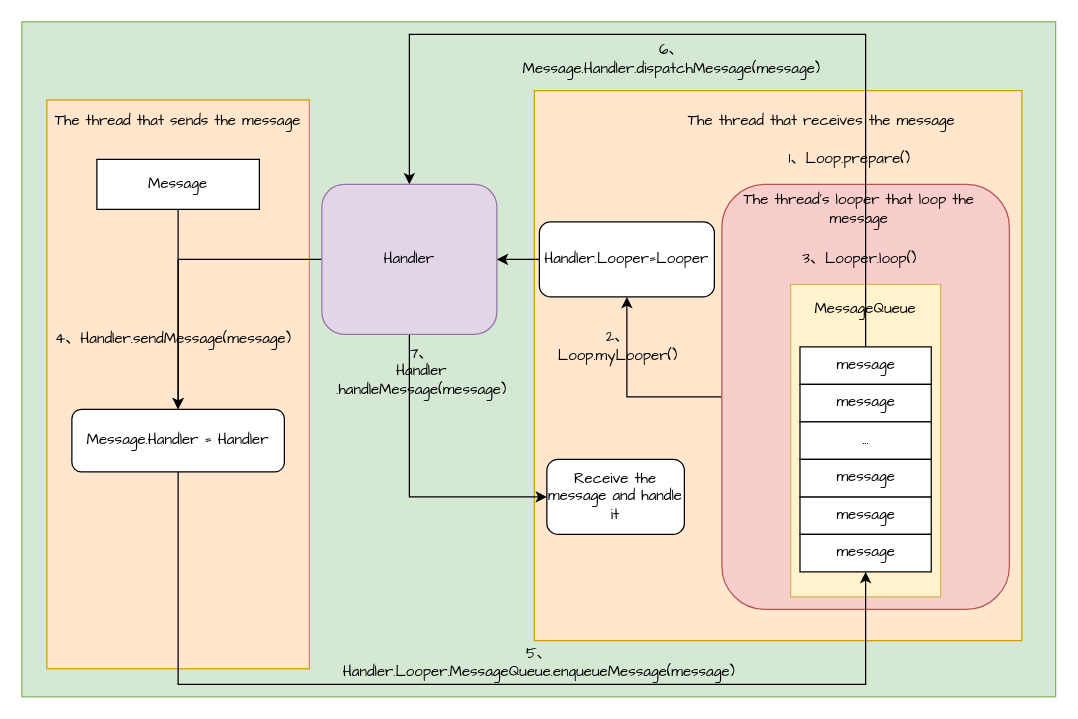
Above: Android/Handler.drawio in chaozhouzhang/learning-summary (draw.io), before the change. Source tidied: cells renumbered, new cells numbered last; positions are measured from the earlier drawing's top-left corner, leaving out a move shared by most shapes. Both pictures are drawn from the tidied source at 125%, with x=0, y=0 at pixel (21, 21).
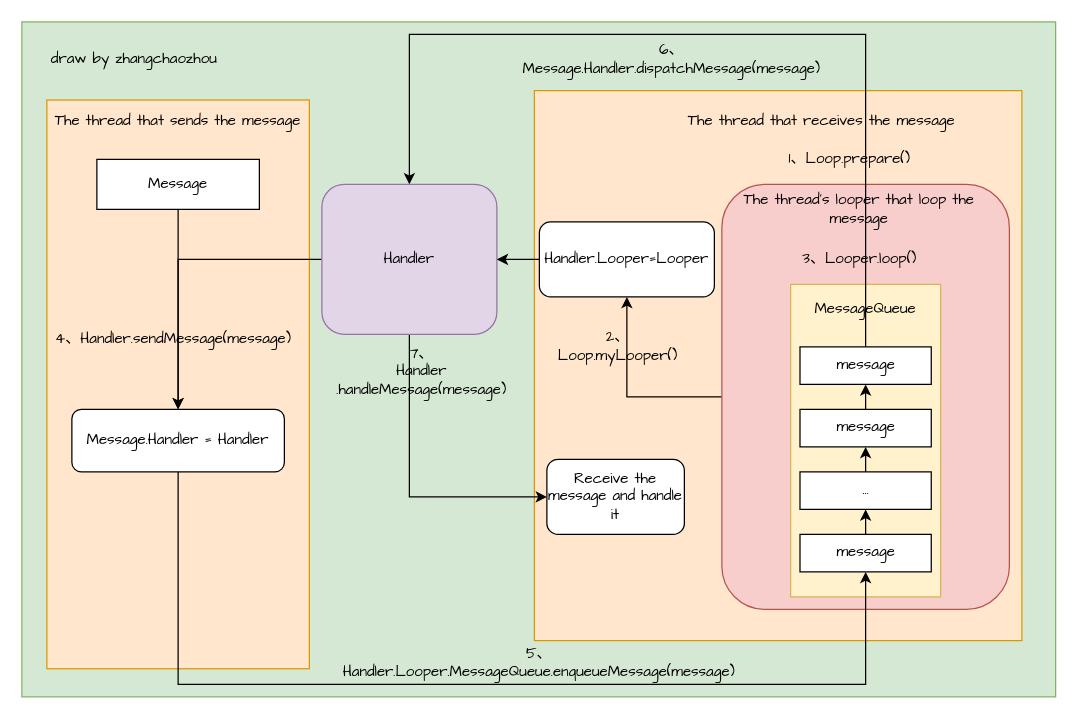
The same diagram, later.

Unchanged cells that the change refers to:
```xml
<mxCell id="19" value="message" style="rounded=0;whiteSpace=wrap;html=1;fontFamily=Comic Sans MS;" parent="1" vertex="1">
  <mxGeometry x="622.5" y="260" width="105" height="30" as="geometry" />
</mxCell>
<mxCell id="24" value="message" style="rounded=0;whiteSpace=wrap;html=1;fontFamily=Comic Sans MS;" parent="1" vertex="1">
  <mxGeometry x="622.5" y="410" width="105" height="30" as="geometry" />
</mxCell>
```

Change to the diagram source:
```diff
@@
-    <mxCell id="20" value="message" style="rounded=0;whiteSpace=wrap;html=1;fontFamily=Comic Sans MS;" parent="1" vertex="1">
-      <mxGeometry x="622.5" y="380" width="105" height="30" as="geometry" />
-    </mxCell>
-    <mxCell id="21" value="message" style="rounded=0;whiteSpace=wrap;html=1;fontFamily=Comic Sans MS;" parent="1" vertex="1">
-      <mxGeometry x="622.5" y="290" width="105" height="30" as="geometry" />
-    </mxCell>
+    <mxCell id="37" style="edgeStyle=orthogonalEdgeStyle;rounded=0;jettySize=auto;html=1;exitX=0.5;exitY=0;exitDx=0;exitDy=0;entryX=0.5;entryY=1;entryDx=0;entryDy=0;fontFamily=Comic Sans MS;" parent="1" edge="1" source="22" target="19">
+      <mxGeometry relative="1" as="geometry" />
+    </mxCell>
-    <mxCell id="22" value="..." style="rounded=0;whiteSpace=wrap;html=1;fontFamily=Comic Sans MS;" parent="1" vertex="1">
-      <mxGeometry x="622.5" y="320" width="105" height="30" as="geometry" />
+    <mxCell id="22" value="message" style="rounded=0;whiteSpace=wrap;html=1;fontFamily=Comic Sans MS;" parent="1" vertex="1">
+      <mxGeometry x="622.5" y="310" width="105" height="30" as="geometry" />
     </mxCell>
+    <mxCell id="38" style="edgeStyle=orthogonalEdgeStyle;rounded=0;jettySize=auto;html=1;exitX=0.5;exitY=0;exitDx=0;exitDy=0;entryX=0.5;entryY=1;entryDx=0;entryDy=0;fontFamily=Comic Sans MS;" parent="1" edge="1" source="23" target="22">
+      <mxGeometry relative="1" as="geometry" />
+    </mxCell>
-    <mxCell id="23" value="message" style="rounded=0;whiteSpace=wrap;html=1;fontFamily=Comic Sans MS;" parent="1" vertex="1">
-      <mxGeometry x="622.5" y="350" width="105" height="30" as="geometry" />
+    <mxCell id="23" value="..." style="rounded=0;whiteSpace=wrap;html=1;fontFamily=Comic Sans MS;" parent="1" vertex="1">
+      <mxGeometry x="622.5" y="360" width="105" height="30" as="geometry" />
     </mxCell>
+    <mxCell id="39" style="edgeStyle=orthogonalEdgeStyle;rounded=0;jettySize=auto;html=1;exitX=0.5;exitY=0;exitDx=0;exitDy=0;entryX=0.5;entryY=1;entryDx=0;entryDy=0;fontFamily=Comic Sans MS;" parent="1" edge="1" source="24" target="23">
+      <mxGeometry relative="1" as="geometry" />
+    </mxCell>
@@
+    <mxCell id="40" value="draw by zhangchaozhou" style="text;html=1;strokeColor=none;fillColor=none;align=center;verticalAlign=middle;whiteSpace=wrap;rounded=0;fontFamily=Comic Sans MS;" parent="1" vertex="1">
+      <mxGeometry x="20" y="20" width="140" height="20" as="geometry" />
+    </mxCell>
```
